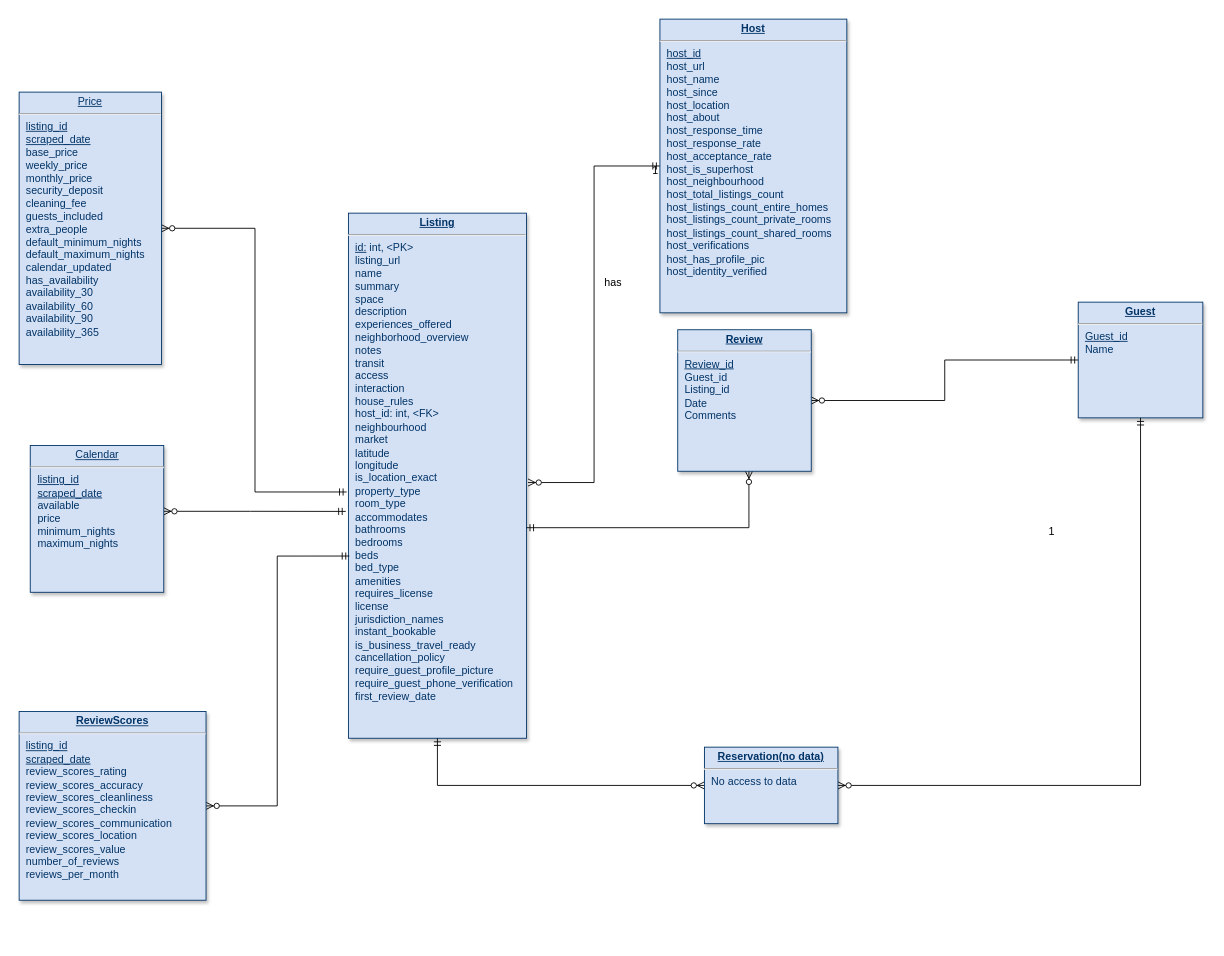
Before: Airbnb Star Schema.drawio in tylerxiety/rental-market-viz-pbi, a draw.io diagram. Source tidied: cells renumbered, new cells numbered last; positions are measured from the earlier drawing's top-left corner, leaving out a move shared by most shapes. Both pictures are drawn from the tidied source at 89%, with x=0, y=0 at pixel (19, 19).
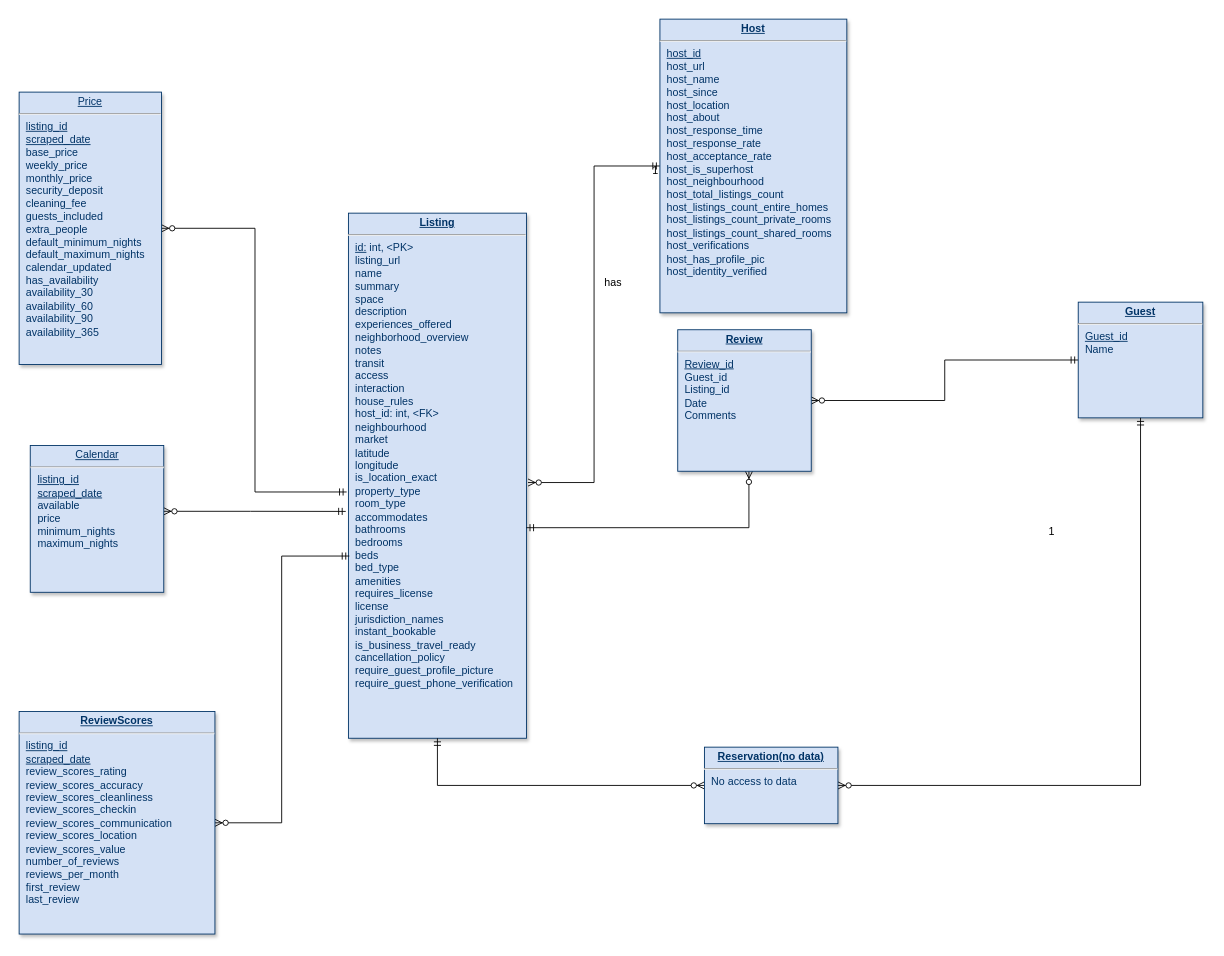
Above is the later version.

The edit, as a diff of the source:
```diff
@@
-    <mxCell id="4" value="&lt;p style=&quot;margin: 0px ; margin-top: 4px ; text-align: center ; text-decoration: underline&quot;&gt;&lt;strong&gt;Listing&lt;/strong&gt;&lt;/p&gt;&lt;hr&gt;&lt;p style=&quot;margin: 0px ; margin-left: 8px&quot;&gt;&lt;u&gt;id:&lt;/u&gt; int, &amp;lt;PK&amp;gt;&lt;/p&gt;&lt;p style=&quot;margin: 0px ; margin-left: 8px&quot;&gt;listing_url&lt;br&gt;&lt;/p&gt;&lt;p style=&quot;margin: 0px ; margin-left: 8px&quot;&gt;&lt;span&gt;name&lt;/span&gt;&lt;br&gt;&lt;/p&gt;&lt;p style=&quot;margin: 0px ; margin-left: 8px&quot;&gt;&lt;span&gt;summary&lt;/span&gt;&lt;/p&gt;&lt;p style=&quot;margin: 0px ; margin-left: 8px&quot;&gt;&lt;span&gt;&lt;/span&gt;&lt;/p&gt;&lt;p style=&quot;margin: 0px ; margin-left: 8px&quot;&gt;space&lt;/p&gt;&lt;p style=&quot;margin: 0px ; margin-left: 8px&quot;&gt;description&lt;/p&gt;&lt;p style=&quot;margin: 0px ; margin-left: 8px&quot;&gt;experiences_offered&lt;/p&gt;&lt;p style=&quot;margin: 0px ; margin-left: 8px&quot;&gt;neighborhood_overview&lt;/p&gt;&lt;p style=&quot;margin: 0px ; margin-left: 8px&quot;&gt;notes&lt;/p&gt;&lt;p style=&quot;margin: 0px ; margin-left: 8px&quot;&gt;transit&lt;/p&gt;&lt;p style=&quot;margin: 0px ; margin-left: 8px&quot;&gt;access&lt;/p&gt;&lt;p style=&quot;margin: 0px ; margin-left: 8px&quot;&gt;interaction&lt;/p&gt;&lt;p style=&quot;margin: 0px ; margin-left: 8px&quot;&gt;house_rules&lt;/p&gt;&lt;p style=&quot;margin: 0px ; margin-left: 8px&quot;&gt;host_id: int, &amp;lt;FK&amp;gt;&lt;/p&gt;&lt;p style=&quot;margin: 0px ; margin-left: 8px&quot;&gt;neighbourhood&lt;/p&gt;&lt;p style=&quot;margin: 0px ; margin-left: 8px&quot;&gt;market&lt;/p&gt;&lt;p style=&quot;margin: 0px ; margin-left: 8px&quot;&gt;latitude&lt;/p&gt;&lt;p style=&quot;margin: 0px ; margin-left: 8px&quot;&gt;longitude&lt;/p&gt;&lt;p style=&quot;margin: 0px ; margin-left: 8px&quot;&gt;is_location_exact&lt;/p&gt;&lt;p style=&quot;margin: 0px ; margin-left: 8px&quot;&gt;property_type&lt;/p&gt;&lt;p style=&quot;margin: 0px ; margin-left: 8px&quot;&gt;room_type&lt;/p&gt;&lt;p style=&quot;margin: 0px ; margin-left: 8px&quot;&gt;accommodates&lt;/p&gt;&lt;p style=&quot;margin: 0px ; margin-left: 8px&quot;&gt;bathrooms&lt;/p&gt;&lt;p style=&quot;margin: 0px ; margin-left: 8px&quot;&gt;bedrooms&lt;/p&gt;&lt;p style=&quot;margin: 0px ; margin-left: 8px&quot;&gt;beds&lt;/p&gt;&lt;p style=&quot;margin: 0px ; margin-left: 8px&quot;&gt;bed_type&lt;/p&gt;&lt;p style=&quot;margin: 0px ; margin-left: 8px&quot;&gt;amenities&lt;/p&gt;&lt;p style=&quot;margin: 0px ; margin-left: 8px&quot;&gt;requires_license&lt;/p&gt;&lt;p style=&quot;margin: 0px ; margin-left: 8px&quot;&gt;license&lt;/p&gt;&lt;p style=&quot;margin: 0px ; margin-left: 8px&quot;&gt;jurisdiction_names&lt;/p&gt;&lt;p style=&quot;margin: 0px ; margin-left: 8px&quot;&gt;instant_bookable&lt;br&gt;&lt;/p&gt;&lt;p style=&quot;margin: 0px ; margin-left: 8px&quot;&gt;is_business_travel_ready&lt;/p&gt;&lt;p style=&quot;margin: 0px ; margin-left: 8px&quot;&gt;cancellation_policy&lt;/p&gt;&lt;p style=&quot;margin: 0px ; margin-left: 8px&quot;&gt;require_guest_profile_picture&lt;/p&gt;&lt;p style=&quot;margin: 0px ; margin-left: 8px&quot;&gt;require_guest_phone_verification&lt;/p&gt;&lt;p style=&quot;margin: 0px ; margin-left: 8px&quot;&gt;first_review_date&lt;br&gt;&lt;/p&gt;&lt;div&gt;&lt;br&gt;&lt;/div&gt;&lt;div&gt;&lt;br&gt;&lt;/div&gt;&lt;div&gt;&lt;br&gt;&lt;/div&gt;&lt;div&gt;&lt;br&gt;&lt;/div&gt;&lt;p style=&quot;margin: 0px ; margin-left: 8px&quot;&gt;&lt;br&gt;&lt;/p&gt;&lt;div&gt;&lt;br&gt;&lt;/div&gt;&lt;p style=&quot;margin: 0px ; margin-left: 8px&quot;&gt;&lt;br&gt;&lt;/p&gt;&lt;div&gt;&lt;br&gt;&lt;/div&gt;&lt;div&gt;&lt;br&gt;&lt;/div&gt;&lt;div&gt;&lt;br&gt;&lt;/div&gt;&lt;div&gt;&lt;br&gt;&lt;/div&gt;&lt;div&gt;&lt;br&gt;&lt;/div&gt;&lt;div&gt;&lt;br&gt;&lt;/div&gt;&lt;div&gt;&lt;br&gt;&lt;/div&gt;&lt;div&gt;&lt;br&gt;&lt;/div&gt;&lt;div&gt;&lt;br&gt;&lt;/div&gt;&lt;div&gt;&lt;br&gt;&lt;/div&gt;&lt;p style=&quot;margin: 0px ; margin-left: 8px&quot;&gt;&lt;br&gt;&lt;/p&gt;&lt;div&gt;&lt;br&gt;&lt;/div&gt;&lt;div&gt;&lt;br&gt;&lt;/div&gt;&lt;div&gt;&lt;br&gt;&lt;/div&gt;&lt;div&gt;&lt;br&gt;&lt;/div&gt;&lt;div&gt;&lt;br&gt;&lt;/div&gt;&lt;div&gt;&lt;br&gt;&lt;/div&gt;&lt;div&gt;&lt;br&gt;&lt;/div&gt;&lt;div&gt;&lt;br&gt;&lt;/div&gt;&lt;div&gt;&lt;br&gt;&lt;/div&gt;&lt;div&gt;&lt;br&gt;&lt;/div&gt;&lt;div&gt;&lt;br&gt;&lt;/div&gt;&lt;div&gt;&lt;br&gt;&lt;/div&gt;&lt;p style=&quot;margin: 0px ; margin-left: 8px&quot;&gt;&lt;br&gt;&lt;/p&gt;&lt;p style=&quot;margin: 0px ; margin-left: 8px&quot;&gt;&lt;br&gt;&lt;/p&gt;&lt;p style=&quot;margin: 0px ; margin-left: 8px&quot;&gt;&lt;br&gt;&lt;/p&gt;&lt;p style=&quot;margin: 0px ; margin-left: 8px&quot;&gt;&lt;br&gt;&lt;/p&gt;&lt;p style=&quot;margin: 0px ; margin-left: 8px&quot;&gt;&lt;br&gt;&lt;/p&gt;&lt;p style=&quot;margin: 0px ; margin-left: 8px&quot;&gt;&lt;br&gt;&lt;/p&gt;&lt;div&gt;&lt;br&gt;&lt;/div&gt;&lt;div&gt;&lt;br&gt;&lt;/div&gt;&lt;p style=&quot;margin: 0px ; margin-left: 8px&quot;&gt;&lt;br&gt;&lt;/p&gt;&lt;p style=&quot;margin: 0px ; margin-left: 8px&quot;&gt;&lt;br&gt;&lt;/p&gt;&lt;p style=&quot;margin: 0px ; margin-left: 8px&quot;&gt;&lt;br&gt;&lt;/p&gt;&lt;div&gt;&lt;br&gt;&lt;/div&gt;&lt;p style=&quot;margin: 0px ; margin-left: 8px&quot;&gt;&lt;br&gt;&lt;/p&gt;&lt;p style=&quot;margin: 0px ; margin-left: 8px&quot;&gt;&lt;br&gt;&lt;/p&gt;&lt;div&gt;&lt;br&gt;&lt;/div&gt;&lt;div&gt;&lt;br&gt;&lt;/div&gt;&lt;p style=&quot;margin: 0px ; margin-left: 8px&quot;&gt;&lt;br&gt;&lt;/p&gt;&lt;div&gt;&lt;br&gt;&lt;/div&gt;&lt;p style=&quot;margin: 0px ; margin-left: 8px&quot;&gt;&lt;br&gt;&lt;/p&gt;&lt;div&gt;&lt;br&gt;&lt;/div&gt;&lt;div&gt;&lt;br&gt;&lt;/div&gt;&lt;div&gt;&lt;br&gt;&lt;/div&gt;&lt;p style=&quot;margin: 0px ; margin-left: 8px&quot;&gt;&lt;br&gt;&lt;/p&gt;&lt;div&gt;&lt;br&gt;&lt;/div&gt;&lt;div&gt;&lt;span&gt;&lt;br&gt;&lt;/span&gt;&lt;/div&gt;&lt;p style=&quot;margin: 0px ; margin-left: 8px&quot;&gt;&lt;br&gt;&lt;/p&gt;&lt;div&gt;&lt;br&gt;&lt;/div&gt;&lt;p style=&quot;margin: 0px ; margin-left: 8px&quot;&gt;&lt;br&gt;&lt;/p&gt;" style="verticalAlign=top;align=left;overflow=fill;fontSize=12;fontFamily=Helvetica;html=1;strokeColor=#003366;shadow=1;fillColor=#D4E1F5;fontColor=#003366;" parent="1" vertex="1">
+    <mxCell id="4" value="&lt;p style=&quot;margin: 0px ; margin-top: 4px ; text-align: center ; text-decoration: underline&quot;&gt;&lt;strong&gt;Listing&lt;/strong&gt;&lt;/p&gt;&lt;hr&gt;&lt;p style=&quot;margin: 0px ; margin-left: 8px&quot;&gt;&lt;u&gt;id:&lt;/u&gt; int, &amp;lt;PK&amp;gt;&lt;/p&gt;&lt;p style=&quot;margin: 0px ; margin-left: 8px&quot;&gt;listing_url&lt;br&gt;&lt;/p&gt;&lt;p style=&quot;margin: 0px ; margin-left: 8px&quot;&gt;&lt;span&gt;name&lt;/span&gt;&lt;br&gt;&lt;/p&gt;&lt;p style=&quot;margin: 0px ; margin-left: 8px&quot;&gt;&lt;span&gt;summary&lt;/span&gt;&lt;/p&gt;&lt;p style=&quot;margin: 0px ; margin-left: 8px&quot;&gt;&lt;span&gt;&lt;/span&gt;&lt;/p&gt;&lt;p style=&quot;margin: 0px ; margin-left: 8px&quot;&gt;space&lt;/p&gt;&lt;p style=&quot;margin: 0px ; margin-left: 8px&quot;&gt;description&lt;/p&gt;&lt;p style=&quot;margin: 0px ; margin-left: 8px&quot;&gt;experiences_offered&lt;/p&gt;&lt;p style=&quot;margin: 0px ; margin-left: 8px&quot;&gt;neighborhood_overview&lt;/p&gt;&lt;p style=&quot;margin: 0px ; margin-left: 8px&quot;&gt;notes&lt;/p&gt;&lt;p style=&quot;margin: 0px ; margin-left: 8px&quot;&gt;transit&lt;/p&gt;&lt;p style=&quot;margin: 0px ; margin-left: 8px&quot;&gt;access&lt;/p&gt;&lt;p style=&quot;margin: 0px ; margin-left: 8px&quot;&gt;interaction&lt;/p&gt;&lt;p style=&quot;margin: 0px ; margin-left: 8px&quot;&gt;house_rules&lt;/p&gt;&lt;p style=&quot;margin: 0px ; margin-left: 8px&quot;&gt;host_id: int, &amp;lt;FK&amp;gt;&lt;/p&gt;&lt;p style=&quot;margin: 0px ; margin-left: 8px&quot;&gt;neighbourhood&lt;/p&gt;&lt;p style=&quot;margin: 0px ; margin-left: 8px&quot;&gt;market&lt;/p&gt;&lt;p style=&quot;margin: 0px ; margin-left: 8px&quot;&gt;latitude&lt;/p&gt;&lt;p style=&quot;margin: 0px ; margin-left: 8px&quot;&gt;longitude&lt;/p&gt;&lt;p style=&quot;margin: 0px ; margin-left: 8px&quot;&gt;is_location_exact&lt;/p&gt;&lt;p style=&quot;margin: 0px ; margin-left: 8px&quot;&gt;property_type&lt;/p&gt;&lt;p style=&quot;margin: 0px ; margin-left: 8px&quot;&gt;room_type&lt;/p&gt;&lt;p style=&quot;margin: 0px ; margin-left: 8px&quot;&gt;accommodates&lt;/p&gt;&lt;p style=&quot;margin: 0px ; margin-left: 8px&quot;&gt;bathrooms&lt;/p&gt;&lt;p style=&quot;margin: 0px ; margin-left: 8px&quot;&gt;bedrooms&lt;/p&gt;&lt;p style=&quot;margin: 0px ; margin-left: 8px&quot;&gt;beds&lt;/p&gt;&lt;p style=&quot;margin: 0px ; margin-left: 8px&quot;&gt;bed_type&lt;/p&gt;&lt;p style=&quot;margin: 0px ; margin-left: 8px&quot;&gt;amenities&lt;/p&gt;&lt;p style=&quot;margin: 0px ; margin-left: 8px&quot;&gt;requires_license&lt;/p&gt;&lt;p style=&quot;margin: 0px ; margin-left: 8px&quot;&gt;license&lt;/p&gt;&lt;p style=&quot;margin: 0px ; margin-left: 8px&quot;&gt;jurisdiction_names&lt;/p&gt;&lt;p style=&quot;margin: 0px ; margin-left: 8px&quot;&gt;instant_bookable&lt;br&gt;&lt;/p&gt;&lt;p style=&quot;margin: 0px ; margin-left: 8px&quot;&gt;is_business_travel_ready&lt;/p&gt;&lt;p style=&quot;margin: 0px ; margin-left: 8px&quot;&gt;cancellation_policy&lt;/p&gt;&lt;p style=&quot;margin: 0px ; margin-left: 8px&quot;&gt;require_guest_profile_picture&lt;/p&gt;&lt;p style=&quot;margin: 0px ; margin-left: 8px&quot;&gt;require_guest_phone_verification&lt;/p&gt;&lt;p style=&quot;margin: 0px ; margin-left: 8px&quot;&gt;&lt;br&gt;&lt;/p&gt;&lt;div&gt;&lt;br&gt;&lt;/div&gt;&lt;div&gt;&lt;br&gt;&lt;/div&gt;&lt;div&gt;&lt;br&gt;&lt;/div&gt;&lt;div&gt;&lt;br&gt;&lt;/div&gt;&lt;p style=&quot;margin: 0px ; margin-left: 8px&quot;&gt;&lt;br&gt;&lt;/p&gt;&lt;div&gt;&lt;br&gt;&lt;/div&gt;&lt;p style=&quot;margin: 0px ; margin-left: 8px&quot;&gt;&lt;br&gt;&lt;/p&gt;&lt;div&gt;&lt;br&gt;&lt;/div&gt;&lt;div&gt;&lt;br&gt;&lt;/div&gt;&lt;div&gt;&lt;br&gt;&lt;/div&gt;&lt;div&gt;&lt;br&gt;&lt;/div&gt;&lt;div&gt;&lt;br&gt;&lt;/div&gt;&lt;div&gt;&lt;br&gt;&lt;/div&gt;&lt;div&gt;&lt;br&gt;&lt;/div&gt;&lt;div&gt;&lt;br&gt;&lt;/div&gt;&lt;div&gt;&lt;br&gt;&lt;/div&gt;&lt;div&gt;&lt;br&gt;&lt;/div&gt;&lt;p style=&quot;margin: 0px ; margin-left: 8px&quot;&gt;&lt;br&gt;&lt;/p&gt;&lt;div&gt;&lt;br&gt;&lt;/div&gt;&lt;div&gt;&lt;br&gt;&lt;/div&gt;&lt;div&gt;&lt;br&gt;&lt;/div&gt;&lt;div&gt;&lt;br&gt;&lt;/div&gt;&lt;div&gt;&lt;br&gt;&lt;/div&gt;&lt;div&gt;&lt;br&gt;&lt;/div&gt;&lt;div&gt;&lt;br&gt;&lt;/div&gt;&lt;div&gt;&lt;br&gt;&lt;/div&gt;&lt;div&gt;&lt;br&gt;&lt;/div&gt;&lt;div&gt;&lt;br&gt;&lt;/div&gt;&lt;div&gt;&lt;br&gt;&lt;/div&gt;&lt;div&gt;&lt;br&gt;&lt;/div&gt;&lt;p style=&quot;margin: 0px ; margin-left: 8px&quot;&gt;&lt;br&gt;&lt;/p&gt;&lt;p style=&quot;margin: 0px ; margin-left: 8px&quot;&gt;&lt;br&gt;&lt;/p&gt;&lt;p style=&quot;margin: 0px ; margin-left: 8px&quot;&gt;&lt;br&gt;&lt;/p&gt;&lt;p style=&quot;margin: 0px ; margin-left: 8px&quot;&gt;&lt;br&gt;&lt;/p&gt;&lt;p style=&quot;margin: 0px ; margin-left: 8px&quot;&gt;&lt;br&gt;&lt;/p&gt;&lt;p style=&quot;margin: 0px ; margin-left: 8px&quot;&gt;&lt;br&gt;&lt;/p&gt;&lt;div&gt;&lt;br&gt;&lt;/div&gt;&lt;div&gt;&lt;br&gt;&lt;/div&gt;&lt;p style=&quot;margin: 0px ; margin-left: 8px&quot;&gt;&lt;br&gt;&lt;/p&gt;&lt;p style=&quot;margin: 0px ; margin-left: 8px&quot;&gt;&lt;br&gt;&lt;/p&gt;&lt;p style=&quot;margin: 0px ; margin-left: 8px&quot;&gt;&lt;br&gt;&lt;/p&gt;&lt;div&gt;&lt;br&gt;&lt;/div&gt;&lt;p style=&quot;margin: 0px ; margin-left: 8px&quot;&gt;&lt;br&gt;&lt;/p&gt;&lt;p style=&quot;margin: 0px ; margin-left: 8px&quot;&gt;&lt;br&gt;&lt;/p&gt;&lt;div&gt;&lt;br&gt;&lt;/div&gt;&lt;div&gt;&lt;br&gt;&lt;/div&gt;&lt;p style=&quot;margin: 0px ; margin-left: 8px&quot;&gt;&lt;br&gt;&lt;/p&gt;&lt;div&gt;&lt;br&gt;&lt;/div&gt;&lt;p style=&quot;margin: 0px ; margin-left: 8px&quot;&gt;&lt;br&gt;&lt;/p&gt;&lt;div&gt;&lt;br&gt;&lt;/div&gt;&lt;div&gt;&lt;br&gt;&lt;/div&gt;&lt;div&gt;&lt;br&gt;&lt;/div&gt;&lt;p style=&quot;margin: 0px ; margin-left: 8px&quot;&gt;&lt;br&gt;&lt;/p&gt;&lt;div&gt;&lt;br&gt;&lt;/div&gt;&lt;div&gt;&lt;span&gt;&lt;br&gt;&lt;/span&gt;&lt;/div&gt;&lt;p style=&quot;margin: 0px ; margin-left: 8px&quot;&gt;&lt;br&gt;&lt;/p&gt;&lt;div&gt;&lt;br&gt;&lt;/div&gt;&lt;p style=&quot;margin: 0px ; margin-left: 8px&quot;&gt;&lt;br&gt;&lt;/p&gt;" style="verticalAlign=top;align=left;overflow=fill;fontSize=12;fontFamily=Helvetica;html=1;strokeColor=#003366;shadow=1;fillColor=#D4E1F5;fontColor=#003366;" parent="1" vertex="1">
       <mxGeometry x="370" y="218" width="200" height="590" as="geometry" />
     </mxCell>
@@
-    <mxCell id="15" value="&lt;p style=&quot;margin: 0px ; margin-top: 4px ; text-align: center ; text-decoration: underline&quot;&gt;&lt;strong&gt;ReviewScores&lt;/strong&gt;&lt;/p&gt;&lt;hr&gt;&lt;p style=&quot;margin: 0px 0px 0px 8px&quot;&gt;&lt;span&gt;&lt;u&gt;listing_id&lt;/u&gt;&lt;/span&gt;&lt;/p&gt;&lt;p style=&quot;margin: 0px ; margin-left: 8px&quot;&gt;&lt;span&gt;&lt;u&gt;scraped_date&lt;/u&gt;&lt;/span&gt;&lt;/p&gt;&lt;p style=&quot;margin: 0px ; margin-left: 8px&quot;&gt;review_scores_rating&lt;/p&gt;&lt;p style=&quot;margin: 0px ; margin-left: 8px&quot;&gt;review_scores_accuracy&lt;/p&gt;&lt;p style=&quot;margin: 0px ; margin-left: 8px&quot;&gt;review_scores_cleanliness&lt;/p&gt;&lt;p style=&quot;margin: 0px ; margin-left: 8px&quot;&gt;review_scores_checkin&lt;/p&gt;&lt;p style=&quot;margin: 0px ; margin-left: 8px&quot;&gt;review_scores_communication&lt;/p&gt;&lt;p style=&quot;margin: 0px ; margin-left: 8px&quot;&gt;review_scores_location&lt;/p&gt;&lt;p style=&quot;margin: 0px ; margin-left: 8px&quot;&gt;review_scores_value&lt;/p&gt;&lt;p style=&quot;margin: 0px ; margin-left: 8px&quot;&gt;number_of_reviews&lt;br&gt;&lt;/p&gt;&lt;p style=&quot;margin: 0px ; margin-left: 8px&quot;&gt;reviews_per_month&lt;br&gt;&lt;/p&gt;" style="verticalAlign=top;align=left;overflow=fill;fontSize=12;fontFamily=Helvetica;html=1;strokeColor=#003366;shadow=1;fillColor=#D4E1F5;fontColor=#003366;" parent="1" vertex="1">
-      <mxGeometry y="778" width="210" height="212" as="geometry" />
+    <mxCell id="15" value="&lt;p style=&quot;margin: 0px ; margin-top: 4px ; text-align: center ; text-decoration: underline&quot;&gt;&lt;strong&gt;ReviewScores&lt;/strong&gt;&lt;/p&gt;&lt;hr&gt;&lt;p style=&quot;margin: 0px 0px 0px 8px&quot;&gt;&lt;span&gt;&lt;u&gt;listing_id&lt;/u&gt;&lt;/span&gt;&lt;/p&gt;&lt;p style=&quot;margin: 0px ; margin-left: 8px&quot;&gt;&lt;span&gt;&lt;u&gt;scraped_date&lt;/u&gt;&lt;/span&gt;&lt;/p&gt;&lt;p style=&quot;margin: 0px ; margin-left: 8px&quot;&gt;review_scores_rating&lt;/p&gt;&lt;p style=&quot;margin: 0px ; margin-left: 8px&quot;&gt;review_scores_accuracy&lt;/p&gt;&lt;p style=&quot;margin: 0px ; margin-left: 8px&quot;&gt;review_scores_cleanliness&lt;/p&gt;&lt;p style=&quot;margin: 0px ; margin-left: 8px&quot;&gt;review_scores_checkin&lt;/p&gt;&lt;p style=&quot;margin: 0px ; margin-left: 8px&quot;&gt;review_scores_communication&lt;/p&gt;&lt;p style=&quot;margin: 0px ; margin-left: 8px&quot;&gt;review_scores_location&lt;/p&gt;&lt;p style=&quot;margin: 0px ; margin-left: 8px&quot;&gt;review_scores_value&lt;/p&gt;&lt;p style=&quot;margin: 0px ; margin-left: 8px&quot;&gt;number_of_reviews&lt;br&gt;&lt;/p&gt;&lt;p style=&quot;margin: 0px ; margin-left: 8px&quot;&gt;reviews_per_month&lt;br&gt;&lt;/p&gt;&lt;p style=&quot;margin: 0px ; margin-left: 8px&quot;&gt;first_review&lt;br&gt;&lt;/p&gt;&lt;p style=&quot;margin: 0px ; margin-left: 8px&quot;&gt;last_review&lt;br&gt;&lt;/p&gt;" style="verticalAlign=top;align=left;overflow=fill;fontSize=12;fontFamily=Helvetica;html=1;strokeColor=#003366;shadow=1;fillColor=#D4E1F5;fontColor=#003366;" parent="1" vertex="1">
+      <mxGeometry y="778" width="220" height="250" as="geometry" />
     </mxCell>
```
